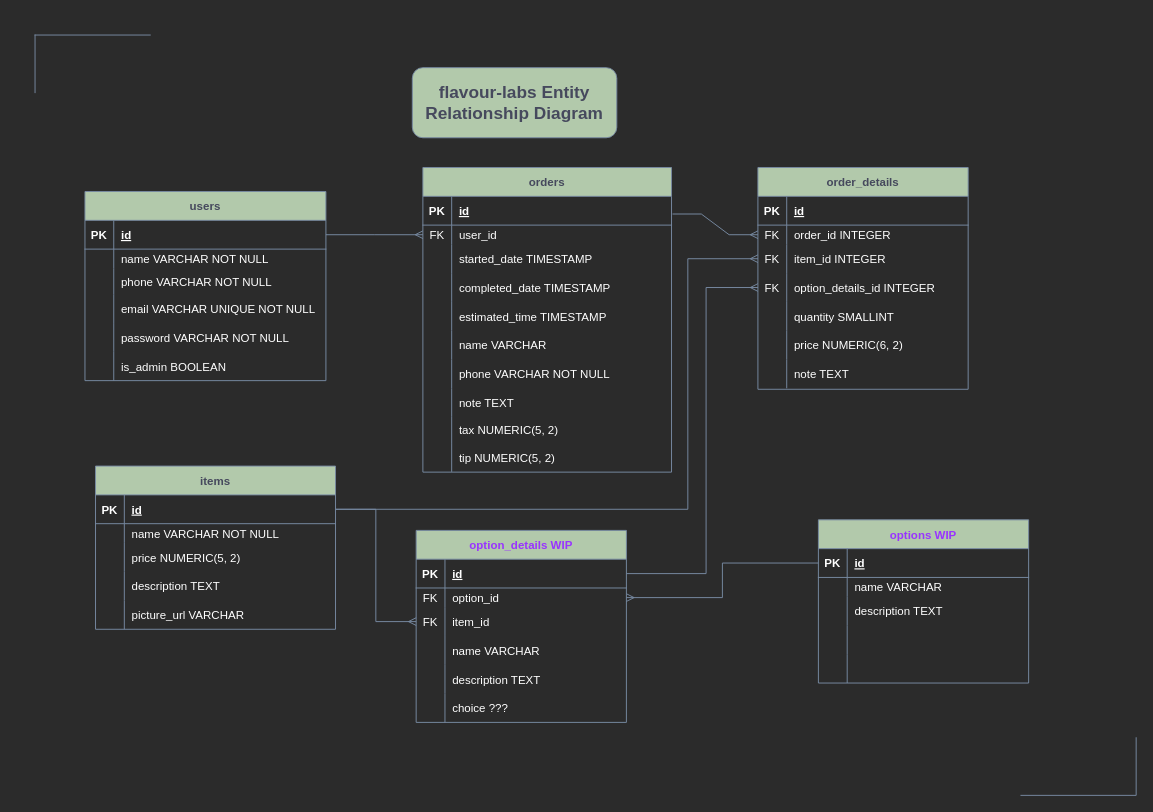
Before: flavourLabsERD.drawio in sachieko/flavour-lab, a draw.io diagram. Source tidied: cells renumbered, new cells numbered last; positions are measured from the earlier drawing's top-left corner, leaving out a move shared by most shapes. Both pictures are drawn from the tidied source at 96%, with x=0, y=0 at pixel (35, 35).
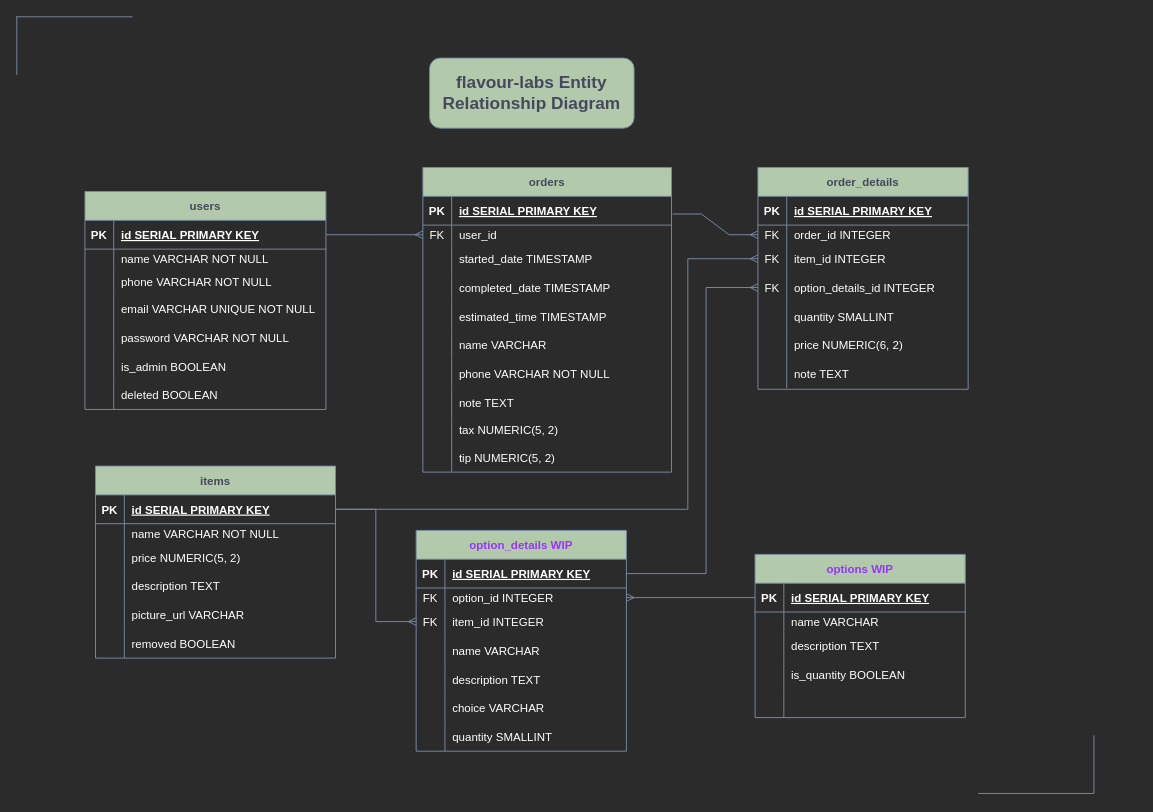
The same page after the edit.

The change refers to these unchanged cells:
```xml
<mxCell id="3" style="shape=tableRow;horizontal=0;startSize=0;swimlaneHead=0;swimlaneBody=0;fillColor=none;points=[[0,0.5],[1,0.5]];portConstraint=eastwest;top=0;left=0;right=0;bottom=1;strokeColor=#788AA3;fontColor=#46495D;" parent="2" vertex="1">
  <mxGeometry y="30" width="259" height="30" as="geometry" />
</mxCell>
<mxCell id="34" style="shape=tableRow;horizontal=0;startSize=0;swimlaneHead=0;swimlaneBody=0;fillColor=none;points=[[0,0.5],[1,0.5]];portConstraint=eastwest;top=0;left=0;right=0;bottom=1;strokeColor=#788AA3;fontColor=#46495D;" parent="33" vertex="1">
  <mxGeometry y="30" width="250" height="30" as="geometry" />
</mxCell>
<mxCell id="50" style="shape=tableRow;horizontal=0;startSize=0;swimlaneHead=0;swimlaneBody=0;fillColor=none;points=[[0,0.5],[1,0.5]];portConstraint=eastwest;top=0;left=0;right=0;bottom=1;strokeColor=#788AA3;fontColor=#46495D;" parent="49" vertex="1">
  <mxGeometry y="30" width="251" height="30" as="geometry" />
</mxCell>
<mxCell id="71" style="shape=tableRow;horizontal=0;startSize=0;swimlaneHead=0;swimlaneBody=0;fillColor=none;top=0;left=0;right=0;bottom=1;strokeColor=#788AA3;fontColor=#46495D;" parent="70" vertex="1">
  <mxGeometry y="30" width="219" height="30" as="geometry" />
</mxCell>
<mxCell id="94" style="shape=tableRow;horizontal=0;startSize=0;swimlaneHead=0;swimlaneBody=0;fillColor=none;points=[[0,0.5],[1,0.5]];portConstraint=eastwest;top=0;left=0;right=0;bottom=1;strokeColor=#788AA3;fontColor=#46495D;" parent="93" vertex="1">
  <mxGeometry y="30" width="219" height="30" as="geometry" />
</mxCell>
<mxCell id="103" style="shape=tableRow;horizontal=0;startSize=0;swimlaneHead=0;swimlaneBody=0;fillColor=none;top=0;left=0;right=0;bottom=0;strokeColor=#788AA3;fontColor=#46495D;" parent="93" vertex="1">
  <mxGeometry y="110" width="219" height="30" as="geometry" />
</mxCell>
<mxCell id="114" style="shape=tableRow;horizontal=0;startSize=0;swimlaneHead=0;swimlaneBody=0;fillColor=none;points=[[0,0.5],[1,0.5]];portConstraint=eastwest;top=0;left=0;right=0;bottom=1;strokeColor=#788AA3;fontColor=#46495D;" parent="113" vertex="1">
  <mxGeometry y="30" width="219" height="30" as="geometry" />
</mxCell>
<mxCell id="117" style="shape=tableRow;horizontal=0;startSize=0;swimlaneHead=0;swimlaneBody=0;fillColor=none;points=[[0,0.5],[1,0.5]];portConstraint=eastwest;top=0;left=0;right=0;bottom=0;strokeColor=#788AA3;fontColor=#46495D;" parent="113" vertex="1">
  <mxGeometry y="60" width="219" height="20" as="geometry" />
</mxCell>
<mxCell id="120" style="shape=tableRow;horizontal=0;startSize=0;swimlaneHead=0;swimlaneBody=0;fillColor=none;points=[[0,0.5],[1,0.5]];portConstraint=eastwest;top=0;left=0;right=0;bottom=0;strokeColor=#788AA3;fontColor=#46495D;" parent="113" vertex="1">
  <mxGeometry y="80" width="219" height="30" as="geometry" />
</mxCell>
<mxCell id="129" style="shape=tableRow;horizontal=0;startSize=0;swimlaneHead=0;swimlaneBody=0;fillColor=none;top=0;left=0;right=0;bottom=0;strokeColor=#788AA3;fontColor=#46495D;" parent="113" vertex="1">
  <mxGeometry y="170" width="219" height="30" as="geometry" />
</mxCell>
```

Diff of the diagram source:
```diff
@@
-    <mxCell id="5" value="id" style="shape=partialRectangle;fillColor=none;top=0;left=0;bottom=0;right=0;align=left;spacingLeft=6;fontStyle=5;overflow=hidden;strokeColor=#788AA3;fontColor=#FFFFFF;" parent="3" vertex="1">
+    <mxCell id="5" value="id SERIAL PRIMARY KEY" style="shape=partialRectangle;fillColor=none;top=0;left=0;bottom=0;right=0;align=left;spacingLeft=6;fontStyle=5;overflow=hidden;strokeColor=#788AA3;fontColor=#FFFFFF;" parent="3" vertex="1">
       <mxGeometry x="30" width="229" height="30" as="geometry" />
     </mxCell>
@@
     <mxCell id="33" value="items" style="shape=table;startSize=30;childLayout=tableLayout;rowLines=0;fontStyle=1;align=center;fillColor=#B2C9AB;strokeColor=#788AA3;fontColor=#46495D;" parent="1" vertex="1">
-      <mxGeometry x="63" y="449" width="250" height="170" as="geometry" />
+      <mxGeometry x="63" y="449" width="250" height="200" as="geometry" />
     </mxCell>
@@
-    <mxCell id="36" value="id" style="shape=partialRectangle;fillColor=none;top=0;left=0;bottom=0;right=0;align=left;spacingLeft=6;fontStyle=5;overflow=hidden;strokeColor=#788AA3;fontColor=#FFFFFF;" parent="34" vertex="1">
+    <mxCell id="36" value="id SERIAL PRIMARY KEY" style="shape=partialRectangle;fillColor=none;top=0;left=0;bottom=0;right=0;align=left;spacingLeft=6;fontStyle=5;overflow=hidden;strokeColor=#788AA3;fontColor=#FFFFFF;" parent="34" vertex="1">
       <mxGeometry x="30" width="220" height="30" as="geometry" />
     </mxCell>
@@
+    <mxCell id="134" style="shape=tableRow;horizontal=0;startSize=0;swimlaneHead=0;swimlaneBody=0;fillColor=none;top=0;left=0;right=0;bottom=0;strokeColor=#788AA3;fontColor=#46495D;" parent="33" vertex="1">
+      <mxGeometry y="170" width="250" height="30" as="geometry" />
+    </mxCell>
+    <mxCell id="135" style="shape=partialRectangle;fillColor=none;top=0;left=0;bottom=0;right=0;overflow=hidden;strokeColor=#788AA3;fontColor=#FFFFFF;" parent="134" vertex="1">
+      <mxGeometry width="30" height="30" as="geometry" />
+    </mxCell>
+    <mxCell id="136" value="removed BOOLEAN" style="shape=partialRectangle;fillColor=none;top=0;left=0;bottom=0;right=0;align=left;spacingLeft=6;overflow=hidden;strokeColor=#788AA3;fontColor=#FFFFFF;" parent="134" vertex="1">
+      <mxGeometry x="30" width="220" height="30" as="geometry" />
+    </mxCell>
     <mxCell id="49" value="users" style="shape=table;startSize=30;childLayout=tableLayout;rowLines=0;fontStyle=1;align=center;fillColor=#B2C9AB;strokeColor=#788AA3;fontColor=#46495D;" parent="1" vertex="1">
-      <mxGeometry x="52" y="163" width="251" height="197" as="geometry" />
+      <mxGeometry x="52" y="163" width="251" height="227" as="geometry" />
     </mxCell>
@@
-    <mxCell id="52" value="id" style="shape=partialRectangle;fillColor=none;top=0;left=0;bottom=0;right=0;align=left;spacingLeft=6;fontStyle=5;overflow=hidden;strokeColor=#788AA3;fontColor=#FFFFFF;" parent="50" vertex="1">
+    <mxCell id="52" value="id SERIAL PRIMARY KEY" style="shape=partialRectangle;fillColor=none;top=0;left=0;bottom=0;right=0;align=left;spacingLeft=6;fontStyle=5;overflow=hidden;strokeColor=#788AA3;fontColor=#FFFFFF;" parent="50" vertex="1">
       <mxGeometry x="30" width="221" height="30" as="geometry" />
     </mxCell>
@@
+    <mxCell id="137" style="shape=tableRow;horizontal=0;startSize=0;swimlaneHead=0;swimlaneBody=0;fillColor=none;top=0;left=0;right=0;bottom=0;strokeColor=#788AA3;fontColor=#46495D;" parent="49" vertex="1">
+      <mxGeometry y="197" width="251" height="30" as="geometry" />
+    </mxCell>
+    <mxCell id="138" style="shape=partialRectangle;fillColor=none;top=0;left=0;bottom=0;right=0;overflow=hidden;strokeColor=#788AA3;fontColor=#FFFFFF;" parent="137" vertex="1">
+      <mxGeometry width="30" height="30" as="geometry" />
+    </mxCell>
+    <mxCell id="139" value="deleted BOOLEAN" style="shape=partialRectangle;fillColor=none;top=0;left=0;bottom=0;right=0;align=left;spacingLeft=6;overflow=hidden;strokeColor=#788AA3;fontColor=#FFFFFF;" parent="137" vertex="1">
+      <mxGeometry x="30" width="221" height="30" as="geometry" />
+    </mxCell>
@@
-    <mxCell id="73" value="id" style="shape=partialRectangle;fillColor=none;top=0;left=0;bottom=0;right=0;align=left;spacingLeft=6;fontStyle=5;overflow=hidden;strokeColor=#788AA3;fontColor=#FFFFFF;" parent="71" vertex="1">
+    <mxCell id="73" value="id SERIAL PRIMARY KEY" style="shape=partialRectangle;fillColor=none;top=0;left=0;bottom=0;right=0;align=left;spacingLeft=6;fontStyle=5;overflow=hidden;strokeColor=#788AA3;fontColor=#FFFFFF;" parent="71" vertex="1">
       <mxGeometry x="30" width="189" height="30" as="geometry" />
     </mxCell>
@@
     <mxCell id="93" value="options WIP" style="shape=table;startSize=30;childLayout=tableLayout;rowLines=0;fontStyle=1;align=center;fillColor=#B2C9AB;strokeColor=#788AA3;fontColor=#9933FF;" parent="1" vertex="1">
-      <mxGeometry x="816" y="505" width="219" height="170" as="geometry" />
+      <mxGeometry x="750" y="541" width="219" height="170" as="geometry" />
     </mxCell>
@@
-    <mxCell id="96" value="id" style="shape=partialRectangle;fillColor=none;top=0;left=0;bottom=0;right=0;align=left;spacingLeft=6;fontStyle=5;overflow=hidden;strokeColor=#788AA3;fontColor=#FFFFFF;" parent="94" vertex="1">
+    <mxCell id="96" value="id SERIAL PRIMARY KEY" style="shape=partialRectangle;fillColor=none;top=0;left=0;bottom=0;right=0;align=left;spacingLeft=6;fontStyle=5;overflow=hidden;strokeColor=#788AA3;fontColor=#FFFFFF;" parent="94" vertex="1">
       <mxGeometry x="30" width="189" height="30" as="geometry" />
     </mxCell>
@@
-    <mxCell id="105" style="shape=partialRectangle;fillColor=none;top=0;left=0;bottom=0;right=0;align=left;spacingLeft=6;overflow=hidden;strokeColor=#788AA3;fontColor=#FFFFFF;" parent="103" vertex="1">
+    <mxCell id="105" value="is_quantity BOOLEAN" style="shape=partialRectangle;fillColor=none;top=0;left=0;bottom=0;right=0;align=left;spacingLeft=6;overflow=hidden;strokeColor=#788AA3;fontColor=#FFFFFF;" parent="103" vertex="1">
       <mxGeometry x="30" width="189" height="30" as="geometry" />
     </mxCell>
@@
     <mxCell id="109" style="shape=partialRectangle;whiteSpace=wrap;html=1;bottom=0;right=0;fillColor=none;fontColor=#46495D;strokeColor=#788AA3;" parent="1" vertex="1">
-      <mxGeometry width="120" height="60" as="geometry" />
+      <mxGeometry x="-19" y="-19" width="120" height="60" as="geometry" />
     </mxCell>
     <mxCell id="110" style="shape=partialRectangle;whiteSpace=wrap;html=1;top=0;left=0;fillColor=none;fontColor=#46495D;strokeColor=#788AA3;" parent="1" vertex="1">
-      <mxGeometry x="1027" y="732" width="120" height="60" as="geometry" />
+      <mxGeometry x="983" y="730" width="120" height="60" as="geometry" />
     </mxCell>
     <mxCell id="111" value="&lt;font style=&quot;font-size: 18px;&quot;&gt;&lt;b&gt;flavour-labs Entity Relationship Diagram&lt;/b&gt;&lt;/font&gt;" style="rounded=1;whiteSpace=wrap;html=1;fontColor=#46495D;strokeColor=#788AA3;fillColor=#B2C9AB;" parent="1" vertex="1">
-      <mxGeometry x="393" y="34" width="213" height="73" as="geometry" />
+      <mxGeometry x="411" y="24" width="213" height="73" as="geometry" />
     </mxCell>
@@
     <mxCell id="113" value="option_details WIP" style="shape=table;startSize=30;childLayout=tableLayout;rowLines=0;fontStyle=1;align=center;fillColor=#B2C9AB;strokeColor=#788AA3;fontColor=#9933FF;" parent="1" vertex="1">
-      <mxGeometry x="397" y="516" width="219" height="200" as="geometry" />
+      <mxGeometry x="397" y="516" width="219" height="230" as="geometry" />
     </mxCell>
@@
-    <mxCell id="116" value="id" style="shape=partialRectangle;fillColor=none;top=0;left=0;bottom=0;right=0;align=left;spacingLeft=6;fontStyle=5;overflow=hidden;strokeColor=#788AA3;fontColor=#FFFFFF;" parent="114" vertex="1">
+    <mxCell id="116" value="id SERIAL PRIMARY KEY" style="shape=partialRectangle;fillColor=none;top=0;left=0;bottom=0;right=0;align=left;spacingLeft=6;fontStyle=5;overflow=hidden;strokeColor=#788AA3;fontColor=#FFFFFF;" parent="114" vertex="1">
       <mxGeometry x="30" width="189" height="30" as="geometry" />
     </mxCell>
@@
-    <mxCell id="119" value="option_id" style="shape=partialRectangle;fillColor=none;top=0;left=0;bottom=0;right=0;align=left;spacingLeft=6;overflow=hidden;strokeColor=#788AA3;fontColor=#FFFFFF;" parent="117" vertex="1">
+    <mxCell id="119" value="option_id INTEGER" style="shape=partialRectangle;fillColor=none;top=0;left=0;bottom=0;right=0;align=left;spacingLeft=6;overflow=hidden;strokeColor=#788AA3;fontColor=#FFFFFF;" parent="117" vertex="1">
       <mxGeometry x="30" width="189" height="20" as="geometry" />
     </mxCell>
@@
-    <mxCell id="122" value="item_id" style="shape=partialRectangle;fillColor=none;top=0;left=0;bottom=0;right=0;align=left;spacingLeft=6;overflow=hidden;strokeColor=#788AA3;fontColor=#FFFFFF;" parent="120" vertex="1">
+    <mxCell id="122" value="item_id INTEGER" style="shape=partialRectangle;fillColor=none;top=0;left=0;bottom=0;right=0;align=left;spacingLeft=6;overflow=hidden;strokeColor=#788AA3;fontColor=#FFFFFF;" parent="120" vertex="1">
       <mxGeometry x="30" width="189" height="30" as="geometry" />
     </mxCell>
@@
-    <mxCell id="131" value="choice ???" style="shape=partialRectangle;fillColor=none;top=0;left=0;bottom=0;right=0;align=left;spacingLeft=6;overflow=hidden;strokeColor=#788AA3;fontColor=#FFFFFF;" parent="129" vertex="1">
+    <mxCell id="131" value="choice VARCHAR" style="shape=partialRectangle;fillColor=none;top=0;left=0;bottom=0;right=0;align=left;spacingLeft=6;overflow=hidden;strokeColor=#788AA3;fontColor=#FFFFFF;" parent="129" vertex="1">
       <mxGeometry x="30" width="189" height="30" as="geometry" />
     </mxCell>
+    <mxCell id="140" style="shape=tableRow;horizontal=0;startSize=0;swimlaneHead=0;swimlaneBody=0;fillColor=none;top=0;left=0;right=0;bottom=0;strokeColor=#788AA3;fontColor=#46495D;" parent="113" vertex="1">
+      <mxGeometry y="200" width="219" height="30" as="geometry" />
+    </mxCell>
+    <mxCell id="141" style="shape=partialRectangle;fillColor=none;top=0;left=0;bottom=0;right=0;overflow=hidden;strokeColor=#788AA3;fontColor=#FFFFFF;" parent="140" vertex="1">
+      <mxGeometry width="30" height="30" as="geometry" />
+    </mxCell>
+    <mxCell id="142" value="quantity SMALLINT" style="shape=partialRectangle;fillColor=none;top=0;left=0;bottom=0;right=0;align=left;spacingLeft=6;overflow=hidden;strokeColor=#788AA3;fontColor=#FFFFFF;" parent="140" vertex="1">
+      <mxGeometry x="30" width="189" height="30" as="geometry" />
+    </mxCell>
```
